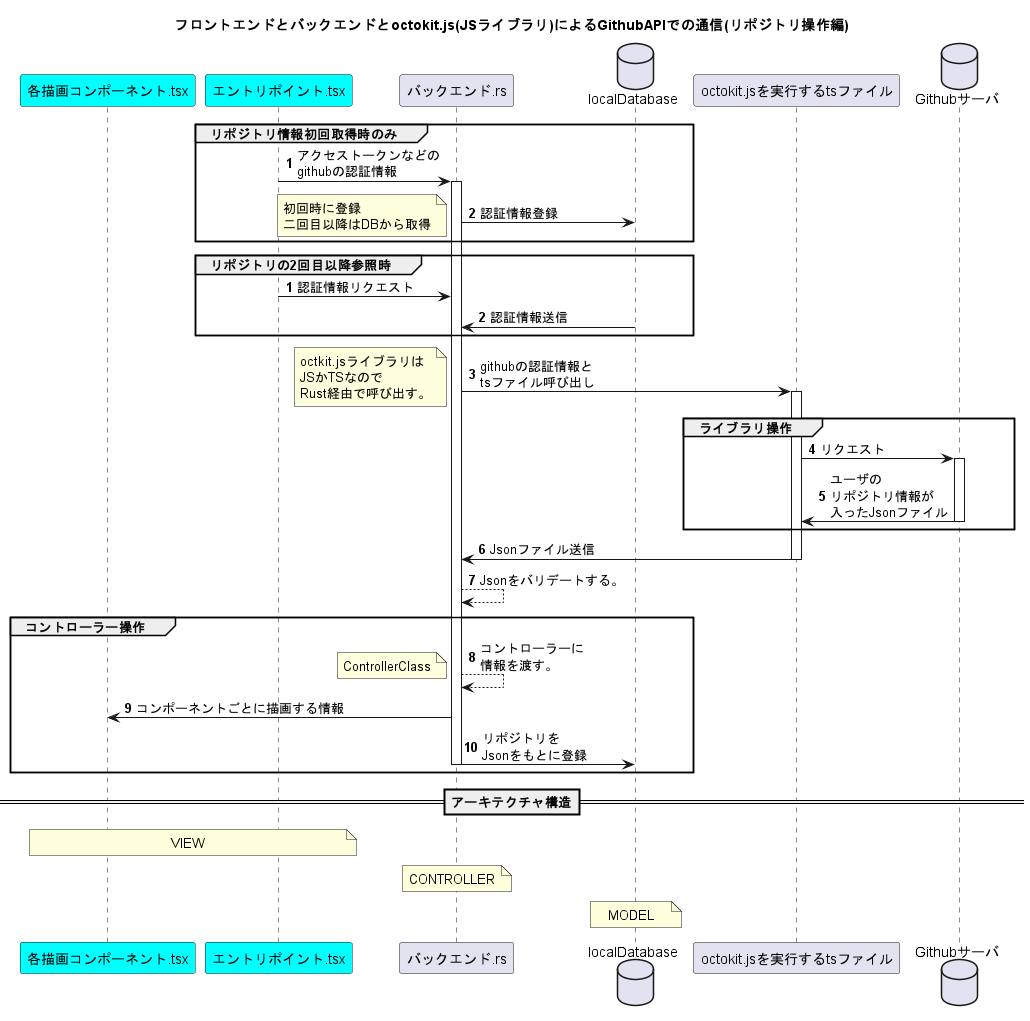
Earlier version of the PlantUML export out/appSequence/appSequence.png (Rerurate514/GitAidTools).
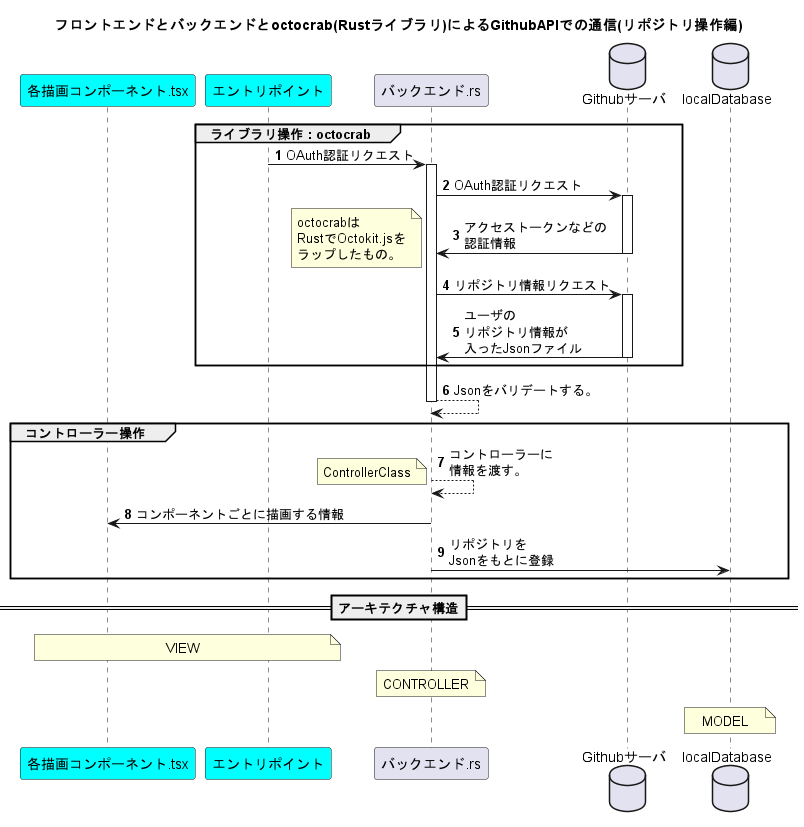
Above is the later version.

Change to the diagram source:
```diff
@@ -1,42 +1,29 @@
 @startuml
-title フロントエンドとバックエンドとoctokit.js(JSライブラリ)によるGithubAPIでの通信(リポジトリ操作編)
+title フロントエンドとバックエンドとoctocrab(Rustライブラリ)によるGithubAPIでの通信(リポジトリ操作編)
 
 participant 各描画コンポーネント.tsx #Aqua
-participant エントリポイント.tsx #Aqua
+participant エントリポイント #Aqua
 
 participant バックエンド.rs
+
+database Githubサーバ
 database localDatabase
-
-participant octokit.jsを実行するtsファイル
-database Githubサーバ
 
 autonumber
 
-group リポジトリ情報初回取得時のみ
-    エントリポイント.tsx -> バックエンド.rs ++ : アクセストークンなどの\ngithubの認証情報
-    バックエンド.rs -> localDatabase : 認証情報登録
-    note left : 初回時に登録\n二回目以降はDBから取得
+group ライブラリ操作 : octocrab
+
+    エントリポイント -> バックエンド.rs ++ : OAuth認証リクエスト
+    バックエンド.rs -> Githubサーバ ++ : OAuth認証リクエスト
+    Githubサーバ -> バックエンド.rs -- : アクセストークンなどの\n認証情報
+    note left : octocrabは\nRustでOctokit.jsを\nラップしたもの。
+
+    バックエンド.rs -> Githubサーバ ++ : リポジトリ情報リクエスト
+    Githubサーバ -> バックエンド.rs -- : ユーザの\nリポジトリ情報が\n入ったJsonファイル
+
 end
 
-autonumber stop
-autonumber
-
-group リポジトリの2回目以降参照時
-    エントリポイント.tsx -> バックエンド.rs : 認証情報リクエスト
-    localDatabase -> バックエンド.rs : 認証情報送信
-end
-
-バックエンド.rs -> octokit.jsを実行するtsファイル ++ : githubの認証情報と\ntsファイル呼び出し
-note left : octkit.jsライブラリは\nJSかTSなので\nRust経由で呼び出す。
-
- group ライブラリ操作
-    octokit.jsを実行するtsファイル -> Githubサーバ ++ : リクエスト
-    Githubサーバ -> octokit.jsを実行するtsファイル -- : ユーザの\nリポジトリ情報が\n入ったJsonファイル
-    end
-
-octokit.jsを実行するtsファイル -> バックエンド.rs -- : Jsonファイル送信
-
-バックエンド.rs --> バックエンド.rs : Jsonをバリデートする。
+バックエンド.rs --> バックエンド.rs -- : Jsonをバリデートする。
 
 group コントローラー操作
     バックエンド.rs --> バックエンド.rs : コントローラーに\n情報を渡す。
@@ -47,7 +34,7 @@
 
 ==アーキテクチャ構造==
 
-note over 各描画コンポーネント.tsx, エントリポイント.tsx : VIEW
+note over 各描画コンポーネント.tsx, エントリポイント : VIEW
 note over バックエンド.rs, バックエンド.rs : CONTROLLER
 note over localDatabase, localDatabase : MODEL
 
```
